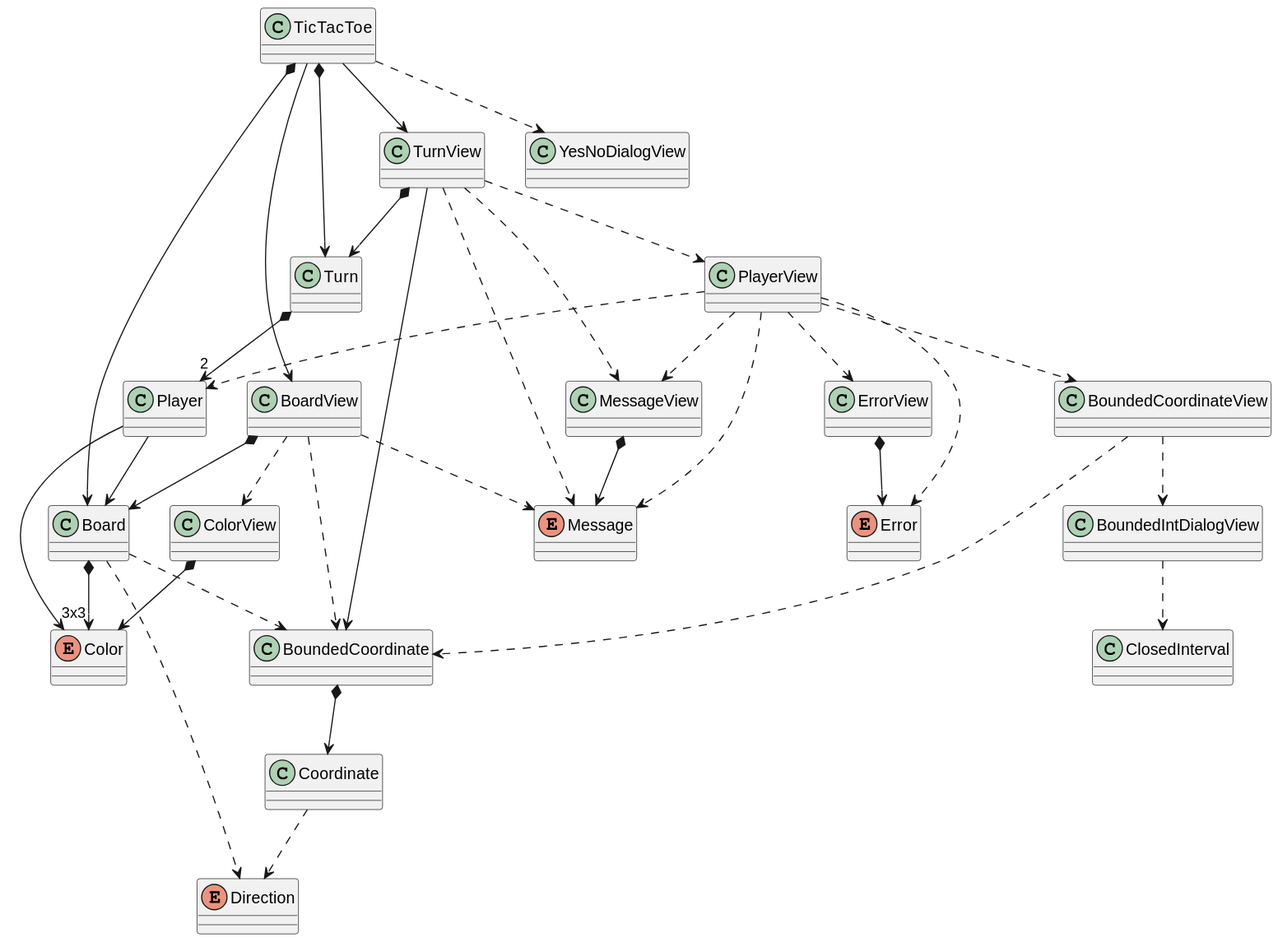
Before: tech-java-basadoObjetos/src/es/usantatecla/tictactoe_v2/docs/classes.svg, a diagram exported from PlantUML (jumpering/lab-turing).
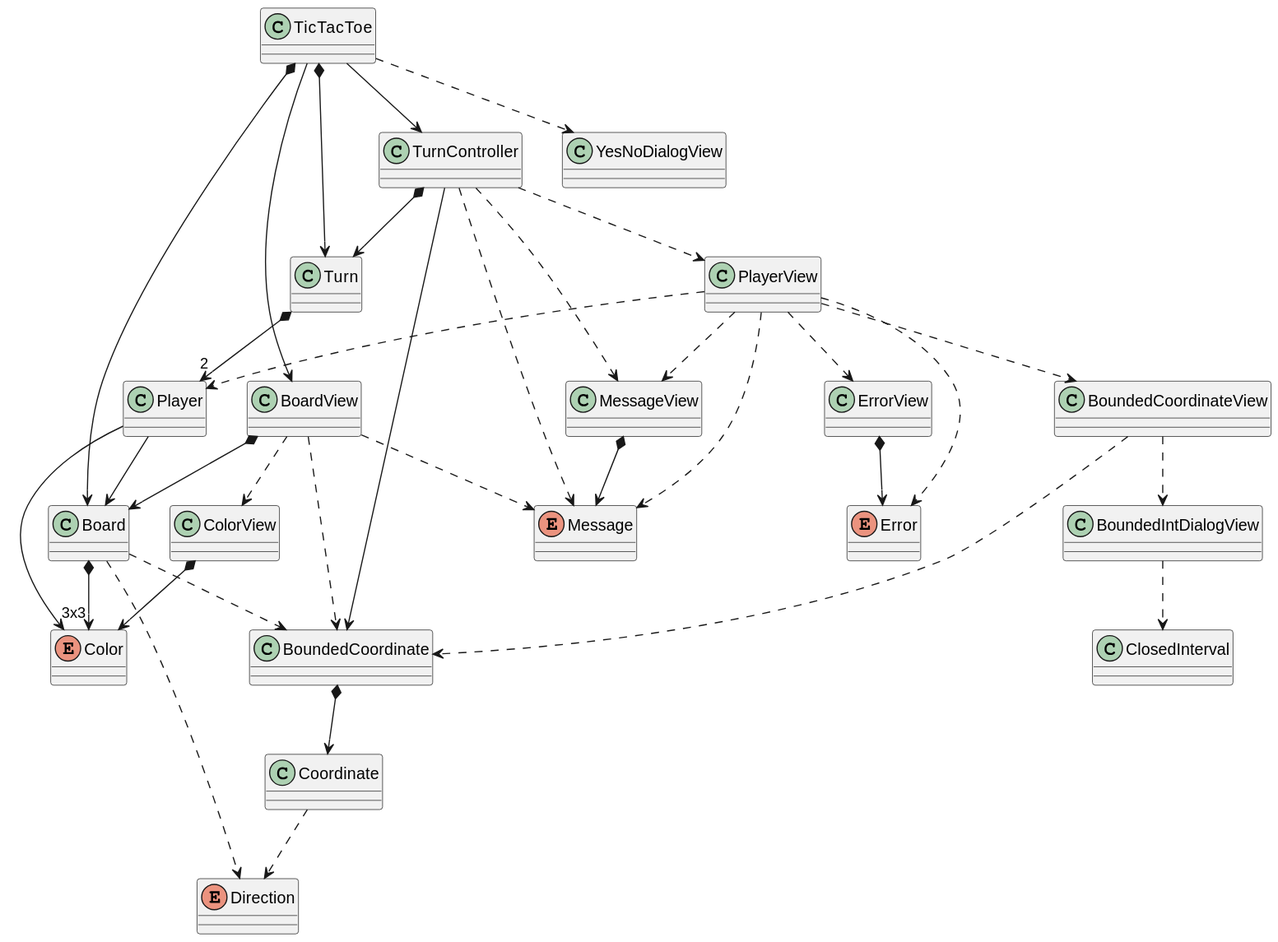
After the change.

Diff of the diagram source:
```diff
@@ -49,14 +49,14 @@
 
 TicTacToe *--> Turn
 TicTacToe *--> Board
-TicTacToe --> TurnView
+TicTacToe --> TurnController
 TicTacToe --> BoardView
 TicTacToe ..> YesNoDialogView
-TurnView *--> Turn
-TurnView --> BoundedCoordinate
-TurnView ..> MessageView
-TurnView ..> PlayerView
-TurnView ..> Message
+TurnController *--> Turn
+TurnController --> BoundedCoordinate
+TurnController ..> MessageView
+TurnController ..> PlayerView
+TurnController ..> Message
 Turn *--> "2" Player
 Player --> Board
 Player --> Color
```
